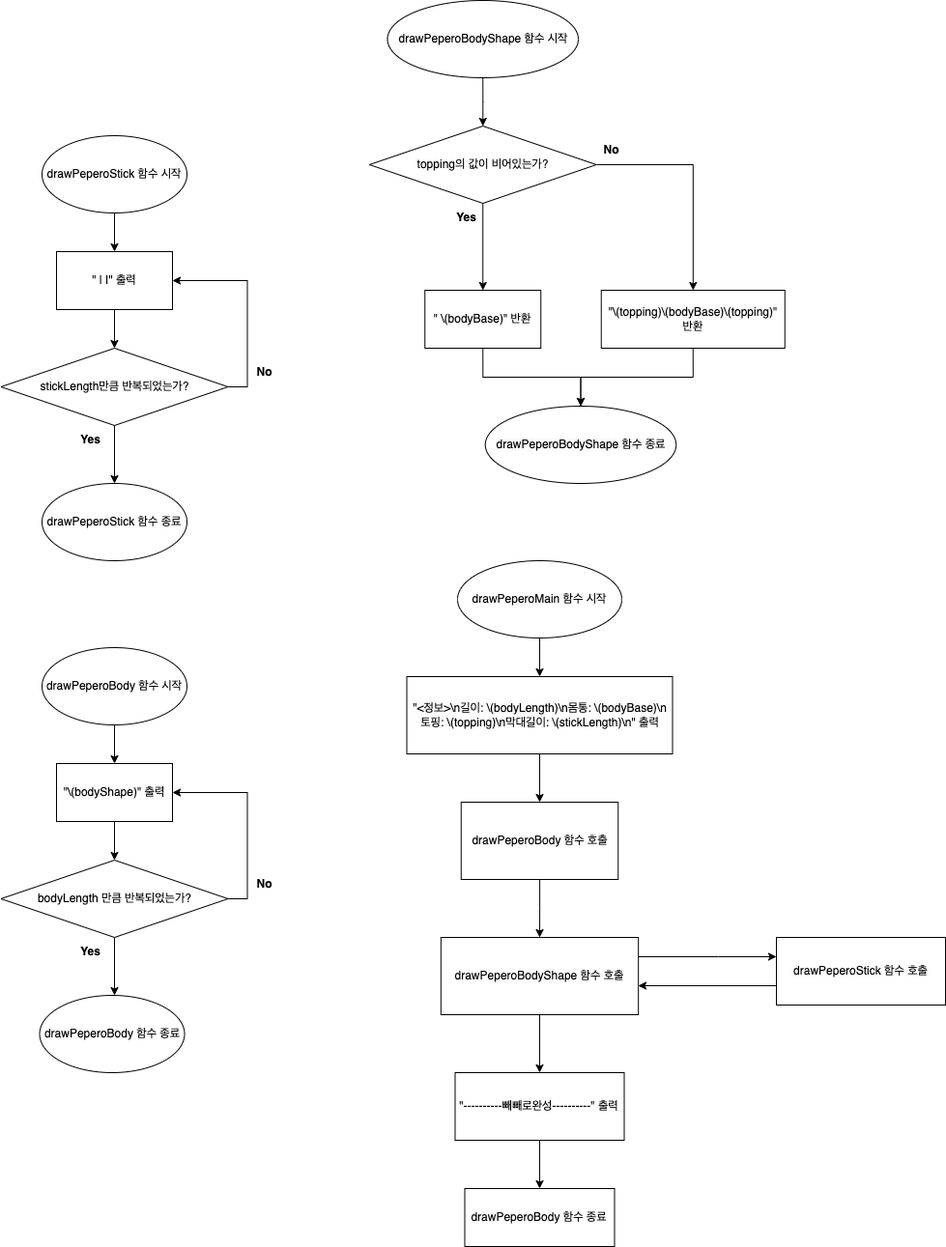
yagom-academy/swift-starter-Round1 keeps this draw.io diagram as CodeStarterCamp_Week1/step3순서도.png. Above is the earlier version. Source tidied: cells renumbered, new cells last; positions are measured from the earlier drawing's top-left corner, leaving out a move shared by most shapes.
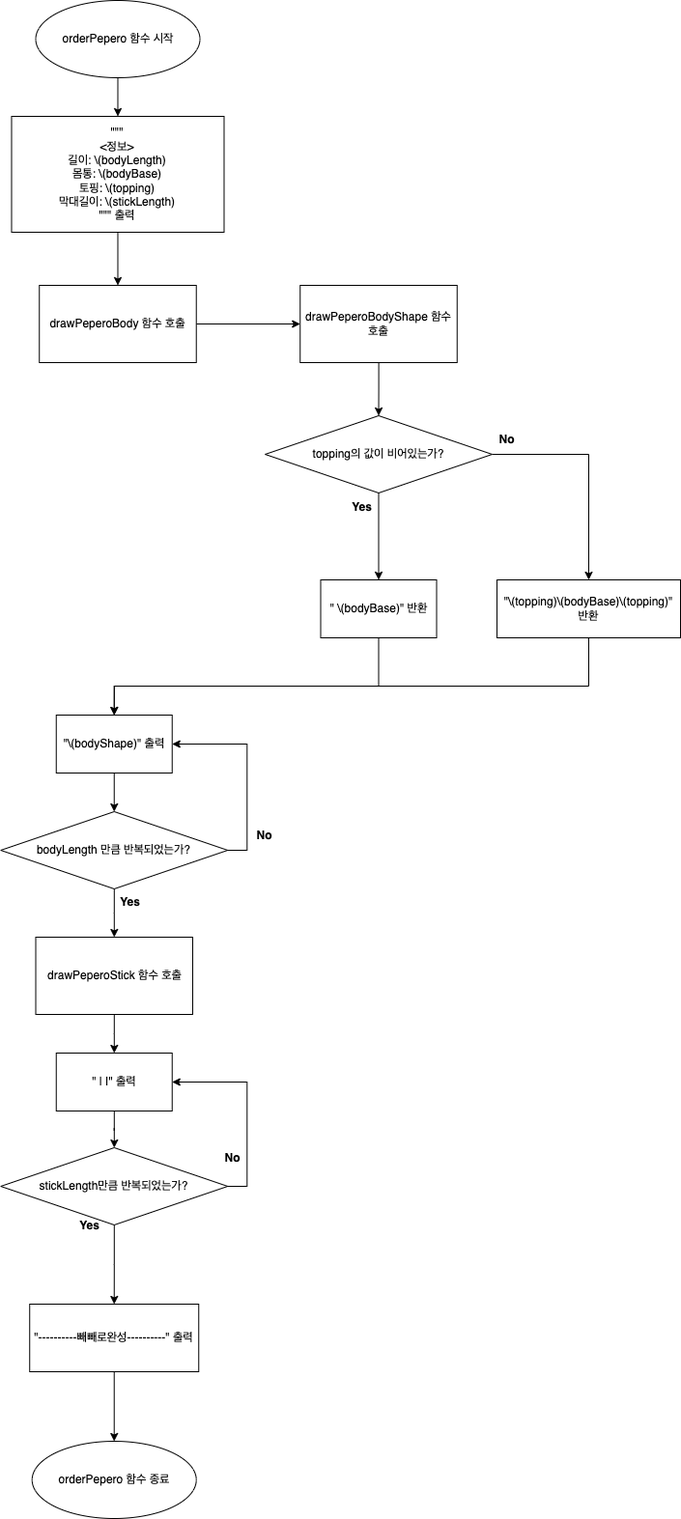
After the commit.

Commit message:
step3 코드 및 순서도 수정

The edit, as a diff of the source:
```diff
@@ -2,41 +2,27 @@
   <root>
     <mxCell id="0" />
     <mxCell id="1" parent="0" />
-    <mxCell id="2" style="edgeStyle=orthogonalEdgeStyle;rounded=0;jettySize=auto;html=1;entryX=0.5;entryY=0;entryDx=0;entryDy=0;" parent="1" edge="1" source="3" target="5">
-      <mxGeometry relative="1" as="geometry" />
-    </mxCell>
-    <mxCell id="3" value="drawPeperoStick 함수 시작" style="ellipse;whiteSpace=wrap;html=1;" parent="1" vertex="1">
-      <mxGeometry x="42" y="140" width="150" height="80" as="geometry" />
-    </mxCell>
     <mxCell id="4" style="edgeStyle=orthogonalEdgeStyle;rounded=0;jettySize=auto;html=1;" parent="1" edge="1" source="5" target="8">
       <mxGeometry relative="1" as="geometry" />
     </mxCell>
     <mxCell id="5" value="&quot; | |&quot; 출력" style="rounded=0;whiteSpace=wrap;html=1;" parent="1" vertex="1">
-      <mxGeometry x="57" y="260" width="120" height="60" as="geometry" />
+      <mxGeometry x="735.8" y="1750" width="120" height="60" as="geometry" />
     </mxCell>
     <mxCell id="6" style="edgeStyle=orthogonalEdgeStyle;rounded=0;jettySize=auto;html=1;exitX=1;exitY=0.5;exitDx=0;exitDy=0;entryX=1;entryY=0.5;entryDx=0;entryDy=0;" parent="1" edge="1" source="8" target="5">
       <mxGeometry relative="1" as="geometry" />
     </mxCell>
-    <mxCell id="7" style="edgeStyle=orthogonalEdgeStyle;rounded=0;jettySize=auto;html=1;" parent="1" edge="1" source="8">
-      <mxGeometry relative="1" as="geometry">
-        <mxPoint x="117" y="500" as="targetPoint" />
-      </mxGeometry>
-    </mxCell>
+    <mxCell id="48" style="edgeStyle=orthogonalEdgeStyle;rounded=0;jettySize=auto;html=1;entryX=0.5;entryY=0;entryDx=0;entryDy=0;" parent="1" edge="1" source="8" target="47">
+      <mxGeometry relative="1" as="geometry" />
+    </mxCell>
     <mxCell id="8" value="stickLength만큼 반복되었는가?" style="rhombus;whiteSpace=wrap;html=1;rounded=0;" parent="1" vertex="1">
-      <mxGeometry x="-0.5" y="360" width="235" height="80" as="geometry" />
+      <mxGeometry x="678.2" y="1848" width="235" height="80" as="geometry" />
     </mxCell>
-    <mxCell id="9" value="&lt;b&gt;No&lt;/b&gt;" style="text;html=1;align=center;verticalAlign=middle;strokeColor=none;fillColor=none;" parent="1" vertex="1">
-      <mxGeometry x="252" y="370" width="40" height="30" as="geometry" />
-    </mxCell>
-    <mxCell id="10" value="&lt;b&gt;Yes&lt;/b&gt;" style="text;html=1;align=center;verticalAlign=middle;strokeColor=none;fillColor=none;" parent="1" vertex="1">
-      <mxGeometry x="72" y="440" width="40" height="30" as="geometry" />
-    </mxCell>
-    <mxCell id="11" style="edgeStyle=orthogonalEdgeStyle;rounded=0;jettySize=auto;html=1;entryX=0.5;entryY=0;entryDx=0;entryDy=0;" parent="1" edge="1" source="12" target="15">
-      <mxGeometry relative="1" as="geometry" />
-    </mxCell>
-    <mxCell id="12" value="&lt;meta charset=&quot;utf-8&quot;&gt;&lt;span style=&quot;color: rgb(0, 0, 0); font-family: Helvetica; font-size: 12px; font-style: normal; font-variant-ligatures: normal; font-variant-caps: normal; font-weight: 400; letter-spacing: normal; orphans: 2; text-align: center; text-indent: 0px; text-transform: none; widows: 2; word-spacing: 0px; -webkit-text-stroke-width: 0px; background-color: rgb(251, 251, 251); text-decoration-thickness: initial; text-decoration-style: initial; text-decoration-color: initial; float: none; display: inline !important;&quot;&gt;drawPeperoBodyShape 함수 시작&lt;/span&gt;" style="ellipse;whiteSpace=wrap;html=1;" parent="1" vertex="1">
-      <mxGeometry x="399.5" width="197.5" height="80" as="geometry" />
-    </mxCell>
+    <mxCell id="49" value="&lt;b&gt;No&lt;/b&gt;" style="text;html=1;align=center;verticalAlign=middle;strokeColor=none;fillColor=none;" parent="1" vertex="1">
+      <mxGeometry x="898" y="1844" width="40" height="30" as="geometry" />
+    </mxCell>
+    <mxCell id="50" value="&lt;b&gt;Yes&lt;/b&gt;" style="text;html=1;align=center;verticalAlign=middle;strokeColor=none;fillColor=none;" parent="1" vertex="1">
+      <mxGeometry x="749.5" y="1914" width="40" height="30" as="geometry" />
+    </mxCell>
     <mxCell id="13" style="edgeStyle=orthogonalEdgeStyle;rounded=0;jettySize=auto;html=1;" parent="1" edge="1" source="15" target="17">
       <mxGeometry relative="1" as="geometry" />
     </mxCell>
@@ -44,116 +30,95 @@
       <mxGeometry relative="1" as="geometry" />
     </mxCell>
     <mxCell id="15" value="topping의 값이 비어있는가?" style="rhombus;whiteSpace=wrap;html=1;rounded=0;" parent="1" vertex="1">
-      <mxGeometry x="380.8" y="130" width="235" height="80" as="geometry" />
+      <mxGeometry x="952" y="1090" width="235" height="80" as="geometry" />
     </mxCell>
-    <mxCell id="16" style="edgeStyle=orthogonalEdgeStyle;rounded=0;jettySize=auto;html=1;exitX=0.5;exitY=1;exitDx=0;exitDy=0;entryX=0.5;entryY=0;entryDx=0;entryDy=0;" parent="1" edge="1" source="17" target="45">
-      <mxGeometry relative="1" as="geometry" />
-    </mxCell>
+    <mxCell id="51" style="edgeStyle=orthogonalEdgeStyle;rounded=0;jettySize=auto;html=1;exitX=0.5;exitY=1;exitDx=0;exitDy=0;entryX=0.5;entryY=0;entryDx=0;entryDy=0;" parent="1" edge="1" source="17" target="25">
+      <mxGeometry relative="1" as="geometry">
+        <Array as="points">
+          <mxPoint x="1070" y="1370" />
+          <mxPoint x="796" y="1370" />
+        </Array>
+      </mxGeometry>
+    </mxCell>
     <mxCell id="17" value="&quot; \(bodyBase)&quot; 반환" style="whiteSpace=wrap;html=1;rounded=0;" parent="1" vertex="1">
-      <mxGeometry x="438.2" y="300" width="120" height="60" as="geometry" />
+      <mxGeometry x="1009.5" y="1260" width="120" height="60" as="geometry" />
     </mxCell>
-    <mxCell id="18" value="&lt;b&gt;Yes&lt;/b&gt;" style="text;html=1;align=center;verticalAlign=middle;strokeColor=none;fillColor=none;" parent="1" vertex="1">
-      <mxGeometry x="460.8" y="210" width="40" height="30" as="geometry" />
-    </mxCell>
-    <mxCell id="19" style="edgeStyle=orthogonalEdgeStyle;rounded=0;jettySize=auto;html=1;exitX=0.5;exitY=1;exitDx=0;exitDy=0;entryX=0.5;entryY=0;entryDx=0;entryDy=0;" parent="1" edge="1" source="20" target="45">
-      <mxGeometry relative="1" as="geometry" />
-    </mxCell>
+    <mxCell id="52" value="&lt;b&gt;Yes&lt;/b&gt;" style="text;html=1;align=center;verticalAlign=middle;strokeColor=none;fillColor=none;" parent="1" vertex="1">
+      <mxGeometry x="1032" y="1170" width="40" height="30" as="geometry" />
+    </mxCell>
+    <mxCell id="53" style="edgeStyle=orthogonalEdgeStyle;rounded=0;jettySize=auto;html=1;exitX=0.5;exitY=1;exitDx=0;exitDy=0;entryX=0.5;entryY=0;entryDx=0;entryDy=0;" parent="1" edge="1" source="20" target="25">
+      <mxGeometry relative="1" as="geometry">
+        <Array as="points">
+          <mxPoint x="1287" y="1370" />
+          <mxPoint x="796" y="1370" />
+        </Array>
+      </mxGeometry>
+    </mxCell>
     <mxCell id="20" value="&quot;\(topping)\(bodyBase)\(topping)&quot; 반환" style="whiteSpace=wrap;html=1;rounded=0;" parent="1" vertex="1">
-      <mxGeometry x="620.8" y="300" width="190" height="60" as="geometry" />
+      <mxGeometry x="1192" y="1260" width="190" height="60" as="geometry" />
     </mxCell>
-    <mxCell id="21" value="&lt;b&gt;No&lt;/b&gt;" style="text;html=1;align=center;verticalAlign=middle;strokeColor=none;fillColor=none;" parent="1" vertex="1">
-      <mxGeometry x="610.8" y="140" width="40" height="30" as="geometry" />
-    </mxCell>
-    <mxCell id="22" style="edgeStyle=orthogonalEdgeStyle;rounded=0;jettySize=auto;html=1;entryX=0.5;entryY=0;entryDx=0;entryDy=0;" parent="1" edge="1" source="23" target="25">
-      <mxGeometry relative="1" as="geometry" />
-    </mxCell>
-    <mxCell id="23" value="drawPeperoBody 함수 시작" style="ellipse;whiteSpace=wrap;html=1;" parent="1" vertex="1">
-      <mxGeometry x="42" y="670" width="150" height="80" as="geometry" />
-    </mxCell>
+    <mxCell id="54" value="&lt;b&gt;No&lt;/b&gt;" style="text;html=1;align=center;verticalAlign=middle;strokeColor=none;fillColor=none;" parent="1" vertex="1">
+      <mxGeometry x="1182" y="1100" width="40" height="30" as="geometry" />
+    </mxCell>
     <mxCell id="24" style="edgeStyle=orthogonalEdgeStyle;rounded=0;jettySize=auto;html=1;" parent="1" edge="1" source="25" target="28">
       <mxGeometry relative="1" as="geometry" />
     </mxCell>
     <mxCell id="25" value="&quot;\(bodyShape)&quot; 출력" style="rounded=0;whiteSpace=wrap;html=1;" parent="1" vertex="1">
-      <mxGeometry x="57" y="790" width="120" height="60" as="geometry" />
+      <mxGeometry x="735.8" y="1400" width="120" height="60" as="geometry" />
     </mxCell>
     <mxCell id="26" style="edgeStyle=orthogonalEdgeStyle;rounded=0;jettySize=auto;html=1;exitX=1;exitY=0.5;exitDx=0;exitDy=0;entryX=1;entryY=0.5;entryDx=0;entryDy=0;" parent="1" edge="1" source="28" target="25">
       <mxGeometry relative="1" as="geometry" />
     </mxCell>
-    <mxCell id="27" style="edgeStyle=orthogonalEdgeStyle;rounded=0;jettySize=auto;html=1;" parent="1" edge="1" source="28">
-      <mxGeometry relative="1" as="geometry">
-        <mxPoint x="117" y="1030" as="targetPoint" />
-      </mxGeometry>
-    </mxCell>
+    <mxCell id="55" style="edgeStyle=orthogonalEdgeStyle;rounded=0;jettySize=auto;html=1;" parent="1" edge="1" source="28" target="42">
+      <mxGeometry relative="1" as="geometry" />
+    </mxCell>
     <mxCell id="28" value="bodyLength 만큼 반복되었는가?" style="rhombus;whiteSpace=wrap;html=1;rounded=0;" parent="1" vertex="1">
-      <mxGeometry x="-0.5" y="890" width="235" height="80" as="geometry" />
+      <mxGeometry x="678.2" y="1500" width="235" height="80" as="geometry" />
     </mxCell>
-    <mxCell id="29" value="&lt;b&gt;No&lt;/b&gt;" style="text;html=1;align=center;verticalAlign=middle;strokeColor=none;fillColor=none;" parent="1" vertex="1">
-      <mxGeometry x="252" y="900" width="40" height="30" as="geometry" />
-    </mxCell>
-    <mxCell id="30" value="&lt;b&gt;Yes&lt;/b&gt;" style="text;html=1;align=center;verticalAlign=middle;strokeColor=none;fillColor=none;" parent="1" vertex="1">
-      <mxGeometry x="72" y="970" width="40" height="30" as="geometry" />
-    </mxCell>
-    <mxCell id="31" style="edgeStyle=orthogonalEdgeStyle;rounded=0;jettySize=auto;html=1;entryX=0.5;entryY=0;entryDx=0;entryDy=0;" parent="1" edge="1" source="32" target="34">
-      <mxGeometry relative="1" as="geometry" />
-    </mxCell>
-    <mxCell id="32" value="drawPeperoMain 함수 시작" style="ellipse;whiteSpace=wrap;html=1;" parent="1" vertex="1">
-      <mxGeometry x="472" y="580" width="170" height="80" as="geometry" />
-    </mxCell>
-    <mxCell id="33" style="edgeStyle=orthogonalEdgeStyle;rounded=0;jettySize=auto;html=1;entryX=0.5;entryY=0;entryDx=0;entryDy=0;" parent="1" edge="1" source="34" target="37">
-      <mxGeometry relative="1" as="geometry" />
-    </mxCell>
-    <mxCell id="34" value="&quot;&amp;lt;정보&amp;gt;\n길이: \(bodyLength)\n몸통: \(bodyBase)\n토핑: \(topping)\n막대길이: \(stickLength)\n&quot; 출력" style="rounded=0;whiteSpace=wrap;html=1;" parent="1" vertex="1">
-      <mxGeometry x="419.5" y="700" width="275" height="80" as="geometry" />
-    </mxCell>
-    <mxCell id="35" value="drawPeperoBody 함수 종료" style="whiteSpace=wrap;html=1;rounded=0;direction=west;" parent="1" vertex="1">
-      <mxGeometry x="479.5" y="1230" width="155" height="60" as="geometry" />
-    </mxCell>
+    <mxCell id="56" value="&lt;b&gt;No&lt;/b&gt;" style="text;html=1;align=center;verticalAlign=middle;strokeColor=none;fillColor=none;" parent="1" vertex="1">
+      <mxGeometry x="930.8" y="1510" width="40" height="30" as="geometry" />
+    </mxCell>
+    <mxCell id="57" value="&lt;b&gt;Yes&lt;/b&gt;" style="text;html=1;align=center;verticalAlign=middle;strokeColor=none;fillColor=none;" parent="1" vertex="1">
+      <mxGeometry x="792" y="1579" width="40" height="30" as="geometry" />
+    </mxCell>
+    <mxCell id="58" style="edgeStyle=orthogonalEdgeStyle;rounded=0;jettySize=auto;html=1;entryX=0.5;entryY=0;entryDx=0;entryDy=0;" parent="1" edge="1" source="59" target="61">
+      <mxGeometry relative="1" as="geometry" />
+    </mxCell>
+    <mxCell id="59" value="orderPepero 함수 시작" style="ellipse;whiteSpace=wrap;html=1;" parent="1" vertex="1">
+      <mxGeometry x="714.5" y="660" width="170" height="80" as="geometry" />
+    </mxCell>
+    <mxCell id="60" style="edgeStyle=orthogonalEdgeStyle;rounded=0;jettySize=auto;html=1;entryX=0.5;entryY=0;entryDx=0;entryDy=0;" parent="1" edge="1" source="61" target="37">
+      <mxGeometry relative="1" as="geometry" />
+    </mxCell>
+    <mxCell id="61" value="&quot;&quot;&quot;&lt;br&gt;&amp;lt;정보&amp;gt;&lt;br&gt;길이: \(bodyLength)&lt;br&gt;몸통: \(bodyBase)&lt;br&gt;토핑: \(topping)&lt;br&gt;막대길이: \(stickLength)&lt;br&gt;&quot;&quot;&quot; 출력" style="rounded=0;whiteSpace=wrap;html=1;" parent="1" vertex="1">
+      <mxGeometry x="689.5" y="780" width="220" height="120" as="geometry" />
+    </mxCell>
-    <mxCell id="36" style="edgeStyle=orthogonalEdgeStyle;rounded=0;jettySize=auto;html=1;" parent="1" edge="1" source="37" target="40">
+    <mxCell id="36" style="edgeStyle=orthogonalEdgeStyle;rounded=0;jettySize=auto;html=1;exitX=1;exitY=0.5;exitDx=0;exitDy=0;entryX=0;entryY=0.5;entryDx=0;entryDy=0;" parent="1" edge="1" source="37" target="40">
       <mxGeometry relative="1" as="geometry" />
     </mxCell>
     <mxCell id="37" value="drawPeperoBody 함수 호출" style="rounded=0;whiteSpace=wrap;html=1;" parent="1" vertex="1">
-      <mxGeometry x="475.8" y="830" width="162.5" height="80" as="geometry" />
+      <mxGeometry x="718.2" y="955" width="162.5" height="80" as="geometry" />
     </mxCell>
-    <mxCell id="38" style="edgeStyle=orthogonalEdgeStyle;rounded=0;jettySize=auto;html=1;" parent="1" edge="1" source="40" target="42">
-      <mxGeometry relative="1" as="geometry">
-        <Array as="points">
-          <mxPoint x="742" y="990" />
-          <mxPoint x="742" y="990" />
-        </Array>
-      </mxGeometry>
-    </mxCell>
-    <mxCell id="39" style="edgeStyle=orthogonalEdgeStyle;rounded=0;jettySize=auto;html=1;" parent="1" edge="1" source="40" target="47">
-      <mxGeometry relative="1" as="geometry" />
-    </mxCell>
+    <mxCell id="62" style="edgeStyle=orthogonalEdgeStyle;rounded=0;jettySize=auto;html=1;entryX=0.5;entryY=0;entryDx=0;entryDy=0;" parent="1" edge="1" source="47" target="64">
+      <mxGeometry relative="1" as="geometry" />
+    </mxCell>
+    <mxCell id="47" value="&quot;----------빼빼로완성----------&quot; 출력" style="whiteSpace=wrap;html=1;rounded=0;" parent="1" vertex="1">
+      <mxGeometry x="708.2" y="2010" width="175" height="70" as="geometry" />
+    </mxCell>
+    <mxCell id="63" style="edgeStyle=orthogonalEdgeStyle;rounded=0;jettySize=auto;html=1;entryX=0.5;entryY=0;entryDx=0;entryDy=0;" parent="1" edge="1" source="40" target="15">
+      <mxGeometry relative="1" as="geometry" />
+    </mxCell>
-    <mxCell id="40" value="drawPeperoBodyShape 함수 호출" style="whiteSpace=wrap;html=1;rounded=0;" parent="1" vertex="1">
-      <mxGeometry x="454.8" y="970" width="204.4" height="80" as="geometry" />
+    <mxCell id="40" value="drawPeperoBodyShape 함수 호출" style="rounded=0;whiteSpace=wrap;html=1;" parent="1" vertex="1">
+      <mxGeometry x="988.2" y="955" width="162.5" height="80" as="geometry" />
     </mxCell>
-    <mxCell id="41" style="edgeStyle=orthogonalEdgeStyle;rounded=0;jettySize=auto;html=1;exitX=0;exitY=0.5;exitDx=0;exitDy=0;" parent="1" edge="1" source="42">
-      <mxGeometry relative="1" as="geometry">
-        <mxPoint x="659" y="1020" as="targetPoint" />
-        <Array as="points">
-          <mxPoint x="802" y="1020" />
-          <mxPoint x="659" y="1020" />
-        </Array>
-      </mxGeometry>
-    </mxCell>
+    <mxCell id="64" value="orderPepero 함수 종료" style="ellipse;whiteSpace=wrap;html=1;" parent="1" vertex="1">
+      <mxGeometry x="710.7" y="2152" width="170" height="80" as="geometry" />
+    </mxCell>
+    <mxCell id="65" style="edgeStyle=orthogonalEdgeStyle;rounded=0;jettySize=auto;html=1;" parent="1" edge="1" source="42" target="5">
+      <mxGeometry relative="1" as="geometry" />
+    </mxCell>
-    <mxCell id="42" value="drawPeperoStick 함수 호출" style="whiteSpace=wrap;html=1;rounded=0;" parent="1" vertex="1">
-      <mxGeometry x="802" y="970" width="175" height="70" as="geometry" />
+    <mxCell id="42" value="drawPeperoStick 함수 호출" style="rounded=0;whiteSpace=wrap;html=1;" parent="1" vertex="1">
+      <mxGeometry x="714.5" y="1630" width="162.5" height="80" as="geometry" />
     </mxCell>
-    <mxCell id="43" value="drawPeperoBody 함수 종료" style="ellipse;whiteSpace=wrap;html=1;" parent="1" vertex="1">
-      <mxGeometry x="39.5" y="1030" width="150" height="80" as="geometry" />
-    </mxCell>
-    <mxCell id="44" value="drawPeperoStick 함수 종료" style="ellipse;whiteSpace=wrap;html=1;" parent="1" vertex="1">
-      <mxGeometry x="42" y="500" width="150" height="80" as="geometry" />
-    </mxCell>
-    <mxCell id="45" value="&lt;span style=&quot;color: rgb(0, 0, 0); font-family: Helvetica; font-size: 12px; font-style: normal; font-variant-ligatures: normal; font-variant-caps: normal; font-weight: 400; letter-spacing: normal; orphans: 2; text-align: center; text-indent: 0px; text-transform: none; widows: 2; word-spacing: 0px; -webkit-text-stroke-width: 0px; background-color: rgb(251, 251, 251); text-decoration-thickness: initial; text-decoration-style: initial; text-decoration-color: initial; float: none; display: inline !important;&quot;&gt;drawPeperoBodyShape 함수 종료&lt;/span&gt;" style="ellipse;whiteSpace=wrap;html=1;" parent="1" vertex="1">
-      <mxGeometry x="500.8" y="420" width="197.5" height="80" as="geometry" />
-    </mxCell>
-    <mxCell id="46" style="edgeStyle=orthogonalEdgeStyle;rounded=0;jettySize=auto;html=1;" parent="1" edge="1" source="47" target="35">
-      <mxGeometry relative="1" as="geometry" />
-    </mxCell>
-    <mxCell id="47" value="&quot;----------빼빼로완성----------&quot; 출력" style="whiteSpace=wrap;html=1;rounded=0;" parent="1" vertex="1">
-      <mxGeometry x="469.5" y="1110" width="175" height="70" as="geometry" />
-    </mxCell>
   </root>
 </mxGraphModel>
```
